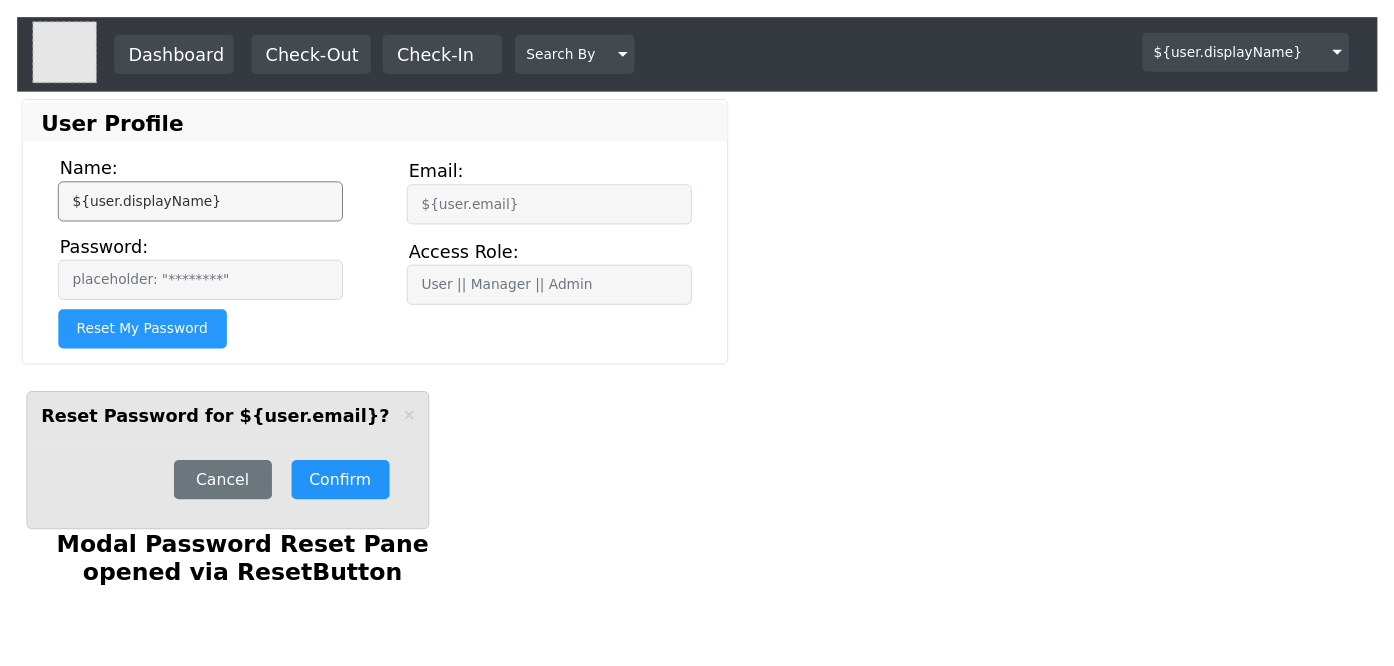
The draw.io diagram page "Profile" (8 of 10) of initialDesign.drawio in DaveLuhman/toolkeeper, before the edit. Source tidied: cells renumbered, new cells numbered last; positions are measured from the earlier drawing's top-left corner, leaving out a move shared by most shapes. Both pictures are drawn from the tidied source at 98%, with x=0, y=0 at pixel (17, 17). Pictures stored in the file or linked from it are replaced by grey dashed boxes.
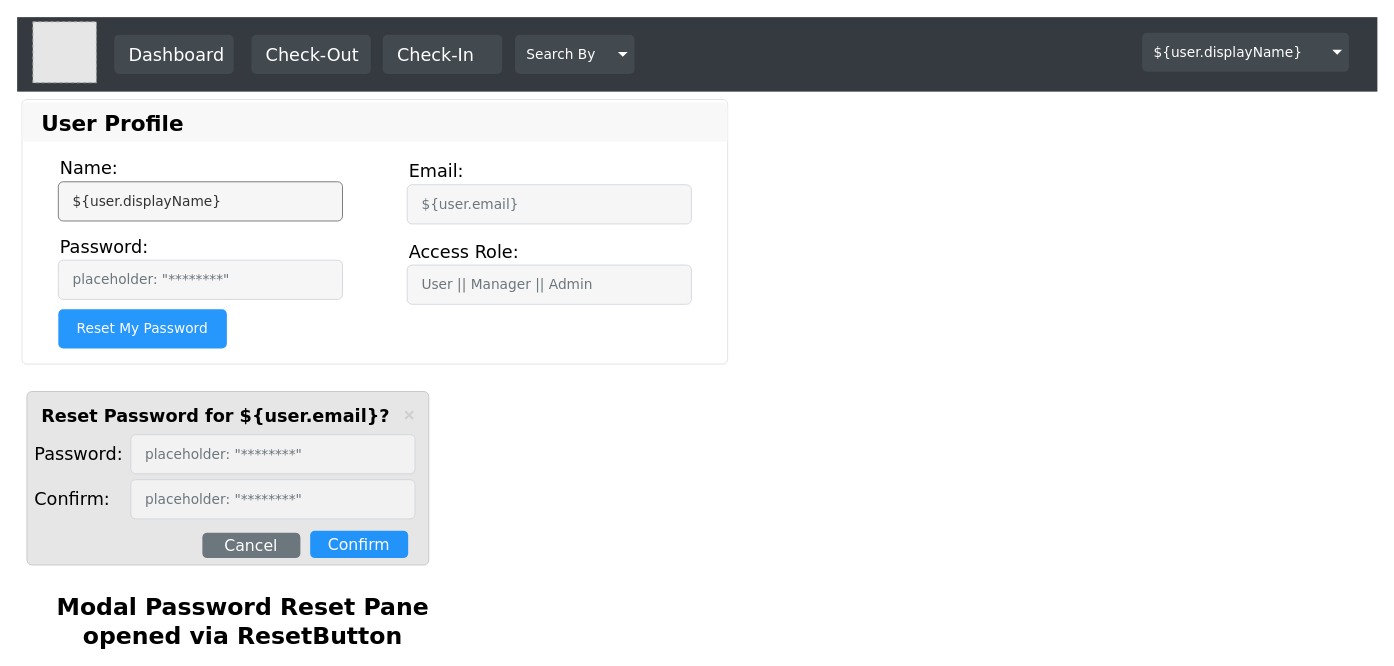
The same page after the edit.

The edit, as a diff of the source:
```diff
@@
     <mxCell id="18" value="&lt;span&gt;Reset Password for ${user.email}?&lt;/span&gt;" style="html=1;shadow=0;dashed=0;shape=mxgraph.bootstrap.rrect;rSize=5;html=1;strokeColor=#C8C8C8;fillColor=#E6E6E6;whiteSpace=wrap;verticalAlign=top;align=left;fontSize=18;spacing=15;spacingTop=-5;fontColor=#000000;fontStyle=1;fontFamily=Verdana;" parent="1" vertex="1">
-      <mxGeometry x="10" y="382" width="410" height="140" as="geometry" />
+      <mxGeometry x="10" y="382" width="410" height="177" as="geometry" />
     </mxCell>
-    <mxCell id="19" style="shape=line;strokeColor=#dddddd;fontColor=#000000;opacity=25;fontFamily=Verdana;" parent="18" vertex="1">
-      <mxGeometry width="339.84" height="10" relative="1" as="geometry">
-        <mxPoint y="50" as="offset" />
-      </mxGeometry>
-    </mxCell>
-    <mxCell id="20" style="html=1;shadow=0;dashed=0;shape=mxgraph.bootstrap.x;strokeColor=#868686;strokeWidth=2;fontColor=#000000;opacity=25;fontFamily=Verdana;" parent="18" vertex="1">
-      <mxGeometry x="1" width="8" height="8" relative="1" as="geometry">
-        <mxPoint x="-24" y="20" as="offset" />
-      </mxGeometry>
-    </mxCell>
-    <mxCell id="21" value="&lt;font style=&quot;font-size: 16px&quot;&gt;Confirm&lt;/font&gt;" style="html=1;shadow=0;dashed=0;shape=mxgraph.bootstrap.rrect;rSize=5;perimeter=none;whiteSpace=wrap;fillColor=#0085FC;strokeColor=none;fontColor=#ffffff;fontSize=14;comic=0;sketch=0;fontFamily=Verdana;opacity=85;" parent="18" vertex="1">
-      <mxGeometry x="270" y="70" width="100" height="40" as="geometry" />
-    </mxCell>
-    <mxCell id="22" value="Cancel" style="html=1;shadow=0;dashed=0;shape=mxgraph.bootstrap.rrect;rSize=5;strokeColor=none;strokeWidth=1;fillColor=#6C767D;fontColor=#FFFFFF;whiteSpace=wrap;align=center;verticalAlign=middle;spacingLeft=0;fontStyle=0;fontSize=16;spacing=5;labelBackgroundColor=none;comic=0;sketch=0;fontFamily=Verdana;" parent="18" vertex="1">
-      <mxGeometry x="150" y="70" width="100" height="40" as="geometry" />
-    </mxCell>
     <mxCell id="23" value="&lt;font color=&quot;#000000&quot;&gt;Modal Password Reset Pane&lt;br&gt;opened via ResetButton&lt;br&gt;&lt;/font&gt;" style="text;strokeColor=none;fillColor=none;html=1;fontSize=24;fontStyle=1;verticalAlign=middle;align=center;fontColor=#B3B3B3;opacity=10;fontFamily=Verdana;" parent="1" vertex="1">
-      <mxGeometry x="180" y="532" width="100" height="40" as="geometry" />
+      <mxGeometry x="180" y="597" width="100" height="40" as="geometry" />
     </mxCell>
@@
+    <mxCell id="20" style="html=1;shadow=0;dashed=0;shape=mxgraph.bootstrap.x;strokeColor=#868686;strokeWidth=2;fontColor=#000000;opacity=25;fontFamily=Verdana;" parent="1" vertex="1">
+      <mxGeometry x="396" y="402" width="8" height="8" as="geometry">
+        <mxPoint x="-24" y="20" as="offset" />
+      </mxGeometry>
+    </mxCell>
+    <mxCell id="21" value="&lt;font style=&quot;font-size: 16px&quot;&gt;Confirm&lt;/font&gt;" style="html=1;shadow=0;dashed=0;shape=mxgraph.bootstrap.rrect;rSize=5;perimeter=none;whiteSpace=wrap;fillColor=#0085FC;strokeColor=none;fontColor=#ffffff;fontSize=14;comic=0;sketch=0;fontFamily=Verdana;opacity=85;" parent="1" vertex="1">
+      <mxGeometry x="299" y="524" width="100" height="28" as="geometry" />
+    </mxCell>
+    <mxCell id="22" value="Cancel" style="html=1;shadow=0;dashed=0;shape=mxgraph.bootstrap.rrect;rSize=5;strokeColor=none;strokeWidth=1;fillColor=#6C767D;fontColor=#FFFFFF;whiteSpace=wrap;align=center;verticalAlign=middle;spacingLeft=0;fontStyle=0;fontSize=16;spacing=5;labelBackgroundColor=none;comic=0;sketch=0;fontFamily=Verdana;" parent="1" vertex="1">
+      <mxGeometry x="189" y="526" width="100" height="26" as="geometry" />
+    </mxCell>
+    <mxCell id="34" value="placeholder: &quot;********&quot;" style="html=1;shadow=0;dashed=0;shape=mxgraph.bootstrap.rrect;rSize=5;fillColor=#F5F5F5;strokeColor=#CED4DA;align=left;spacing=15;fontSize=14;fontColor=#6C767D;comic=0;sketch=0;fontFamily=Verdana;opacity=85;" parent="1" vertex="1">
+      <mxGeometry x="116" y="426" width="290" height="40" as="geometry" />
+    </mxCell>
+    <mxCell id="35" value="Password:" style="fillColor=none;strokeColor=none;align=left;fontSize=18;comic=0;sketch=0;fontFamily=Verdana;fontColor=#000000;opacity=85;" parent="1" vertex="1">
+      <mxGeometry x="16" y="429" width="100" height="30" as="geometry" />
+    </mxCell>
+    <mxCell id="36" value="placeholder: &quot;********&quot;" style="html=1;shadow=0;dashed=0;shape=mxgraph.bootstrap.rrect;rSize=5;fillColor=#F5F5F5;strokeColor=#CED4DA;align=left;spacing=15;fontSize=14;fontColor=#6C767D;comic=0;sketch=0;fontFamily=Verdana;opacity=85;" parent="1" vertex="1">
+      <mxGeometry x="116" y="472" width="290" height="40" as="geometry" />
+    </mxCell>
+    <mxCell id="37" value="Confirm:" style="fillColor=none;strokeColor=none;align=left;fontSize=18;comic=0;sketch=0;fontFamily=Verdana;fontColor=#000000;opacity=85;" parent="1" vertex="1">
+      <mxGeometry x="16" y="475" width="100" height="30" as="geometry" />
+    </mxCell>
```
